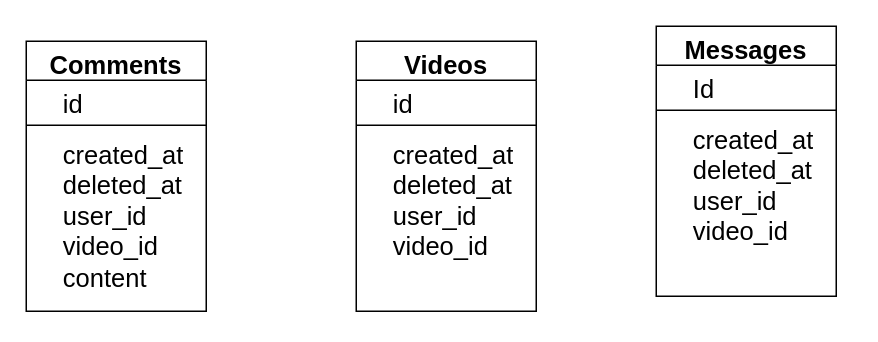
This is 数据库设计.drawio from Afeather2017/Afeather-Flowcharts, a draw.io file, before an edit. Source tidied: cells renumbered, new cells numbered last; positions are measured from the earlier drawing's top-left corner, leaving out a move shared by most shapes. Both pictures are drawn from the tidied source at 150%, with x=0, y=0 at pixel (26, 26).
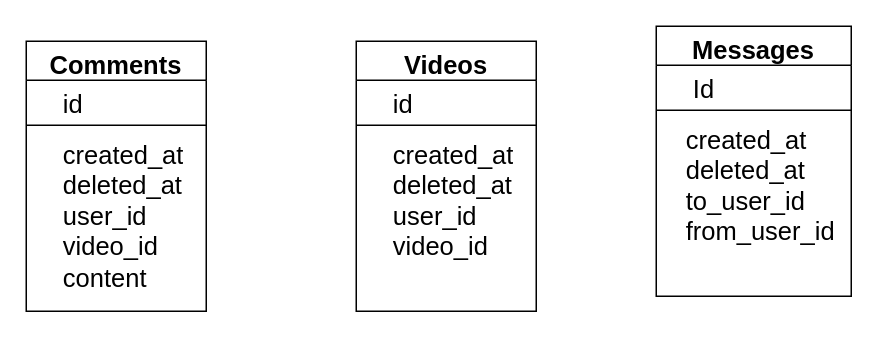
Above is the later version.

Commit message (it also covers changes not shown here):
更新数据库设计.drawio

Diff of the diagram source:
```diff
@@
 <mxGraphModel>
   <root>
     <mxCell id="0" />
     <mxCell id="1" parent="0" />
     <mxCell id="2" value="Comments" style="swimlane;fontStyle=1;align=center;verticalAlign=top;horizontal=1;startSize=26;whiteSpace=wrap;html=1;fillColor=none;fontSize=17;" parent="1" vertex="1">
       <mxGeometry y="10" width="120" height="180" as="geometry" />
     </mxCell>
     <mxCell id="3" value="&amp;nbsp; &amp;nbsp; id" style="text;strokeColor=none;fillColor=none;align=left;verticalAlign=top;spacingLeft=4;spacingRight=4;overflow=hidden;whiteSpace=wrap;html=1;fontSize=17;" parent="2" vertex="1">
       <mxGeometry y="26" width="120" height="26" as="geometry" />
     </mxCell>
     <mxCell id="4" style="line;strokeWidth=1;fillColor=none;align=left;verticalAlign=middle;spacingTop=-1;spacingLeft=3;spacingRight=3;labelPosition=right;strokeColor=inherit;fontSize=17;" parent="2" vertex="1">
       <mxGeometry y="52" width="120" height="8" as="geometry" />
     </mxCell>
     <mxCell id="5" value="&amp;nbsp; &amp;nbsp; created_at&lt;br style=&quot;font-size: 17px;&quot;&gt;&amp;nbsp; &amp;nbsp; deleted_at&lt;br style=&quot;font-size: 17px;&quot;&gt;&amp;nbsp; &amp;nbsp; user_id&lt;br style=&quot;font-size: 17px;&quot;&gt;&amp;nbsp; &amp;nbsp; video_id&lt;br style=&quot;font-size: 17px;&quot;&gt;&amp;nbsp; &amp;nbsp; content" style="text;strokeColor=none;fillColor=none;align=left;verticalAlign=top;spacingLeft=4;spacingRight=4;overflow=hidden;whiteSpace=wrap;html=1;fontSize=17;" parent="2" vertex="1">
       <mxGeometry y="60" width="120" height="120" as="geometry" />
     </mxCell>
     <mxCell id="6" value="Videos" style="swimlane;fontStyle=1;align=center;verticalAlign=top;horizontal=1;startSize=26;whiteSpace=wrap;html=1;fillColor=none;fontSize=17;" parent="1" vertex="1">
       <mxGeometry x="220" y="10" width="120" height="180" as="geometry" />
     </mxCell>
     <mxCell id="7" value="&amp;nbsp; &amp;nbsp; id" style="text;strokeColor=none;fillColor=none;align=left;verticalAlign=top;spacingLeft=4;spacingRight=4;overflow=hidden;whiteSpace=wrap;html=1;fontSize=17;" parent="6" vertex="1">
       <mxGeometry y="26" width="120" height="26" as="geometry" />
     </mxCell>
     <mxCell id="8" style="line;strokeWidth=1;fillColor=none;align=left;verticalAlign=middle;spacingTop=-1;spacingLeft=3;spacingRight=3;labelPosition=right;strokeColor=inherit;fontSize=17;" parent="6" vertex="1">
       <mxGeometry y="52" width="120" height="8" as="geometry" />
     </mxCell>
     <mxCell id="9" value="&amp;nbsp; &amp;nbsp; created_at&lt;br style=&quot;font-size: 17px;&quot;&gt;&amp;nbsp; &amp;nbsp; deleted_at&lt;br style=&quot;font-size: 17px;&quot;&gt;&amp;nbsp; &amp;nbsp; user_id&lt;br style=&quot;font-size: 17px;&quot;&gt;&amp;nbsp; &amp;nbsp; video_id" style="text;strokeColor=none;fillColor=none;align=left;verticalAlign=top;spacingLeft=4;spacingRight=4;overflow=hidden;whiteSpace=wrap;html=1;fontSize=17;" parent="6" vertex="1">
       <mxGeometry y="60" width="120" height="120" as="geometry" />
     </mxCell>
     <mxCell id="10" value="Messages" style="swimlane;fontStyle=1;align=center;verticalAlign=top;horizontal=1;startSize=26;whiteSpace=wrap;html=1;fillColor=none;fontSize=17;" parent="1" vertex="1">
-      <mxGeometry x="420" width="120" height="180" as="geometry" />
+      <mxGeometry x="420" width="130" height="180" as="geometry" />
     </mxCell>
     <mxCell id="11" value="&amp;nbsp; &amp;nbsp; Id" style="text;strokeColor=none;fillColor=none;align=left;verticalAlign=top;spacingLeft=4;spacingRight=4;overflow=hidden;whiteSpace=wrap;html=1;fontSize=17;" parent="10" vertex="1">
-      <mxGeometry y="26" width="120" height="26" as="geometry" />
+      <mxGeometry y="26" width="130" height="26" as="geometry" />
     </mxCell>
     <mxCell id="12" style="line;strokeWidth=1;fillColor=none;align=left;verticalAlign=middle;spacingTop=-1;spacingLeft=3;spacingRight=3;labelPosition=right;strokeColor=inherit;fontSize=17;" parent="10" vertex="1">
-      <mxGeometry y="52" width="120" height="8" as="geometry" />
+      <mxGeometry y="52" width="130" height="8" as="geometry" />
     </mxCell>
-    <mxCell id="13" value="&amp;nbsp; &amp;nbsp; created_at&lt;br style=&quot;font-size: 17px;&quot;&gt;&amp;nbsp; &amp;nbsp; deleted_at&lt;br style=&quot;font-size: 17px;&quot;&gt;&amp;nbsp; &amp;nbsp; user_id&lt;br style=&quot;font-size: 17px;&quot;&gt;&amp;nbsp; &amp;nbsp; video_id" style="text;strokeColor=none;fillColor=none;align=left;verticalAlign=top;spacingLeft=4;spacingRight=4;overflow=hidden;whiteSpace=wrap;html=1;fontSize=17;" parent="10" vertex="1">
-      <mxGeometry y="60" width="120" height="120" as="geometry" />
+    <mxCell id="13" value="&amp;nbsp; &amp;nbsp;created_at&lt;br style=&quot;font-size: 17px;&quot;&gt;&amp;nbsp; &amp;nbsp;deleted_at&lt;br style=&quot;font-size: 17px;&quot;&gt;&amp;nbsp; &amp;nbsp;to_user_id&lt;br style=&quot;font-size: 17px;&quot;&gt;&amp;nbsp; &amp;nbsp;from_user_id" style="text;strokeColor=none;fillColor=none;align=left;verticalAlign=top;spacingLeft=4;spacingRight=4;overflow=hidden;whiteSpace=wrap;html=1;fontSize=17;" parent="10" vertex="1">
+      <mxGeometry y="60" width="130" height="120" as="geometry" />
     </mxCell>
   </root>
 </mxGraphModel>
```
